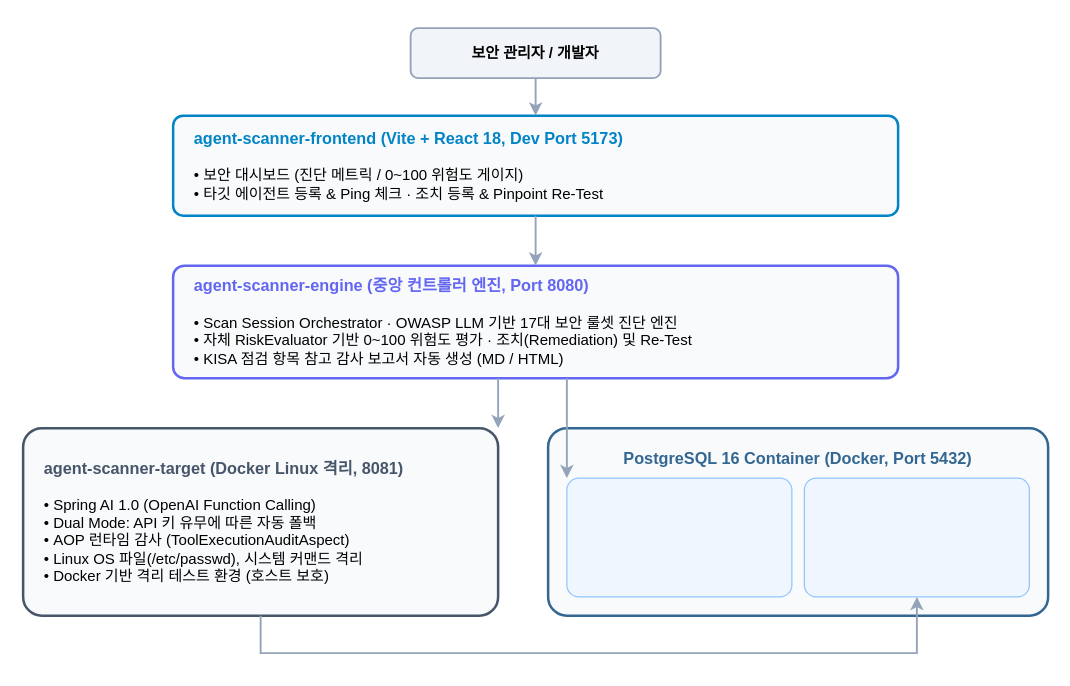
The draw.io diagram docs/images/system-topology.drawio in yht0827/agent-scanner, before the edit. Source tidied: cells renumbered, new cells numbered last; positions are measured from the earlier drawing's top-left corner, leaving out a move shared by most shapes. Both pictures are drawn from the tidied source at 125%, with x=0, y=0 at pixel (22, 28).
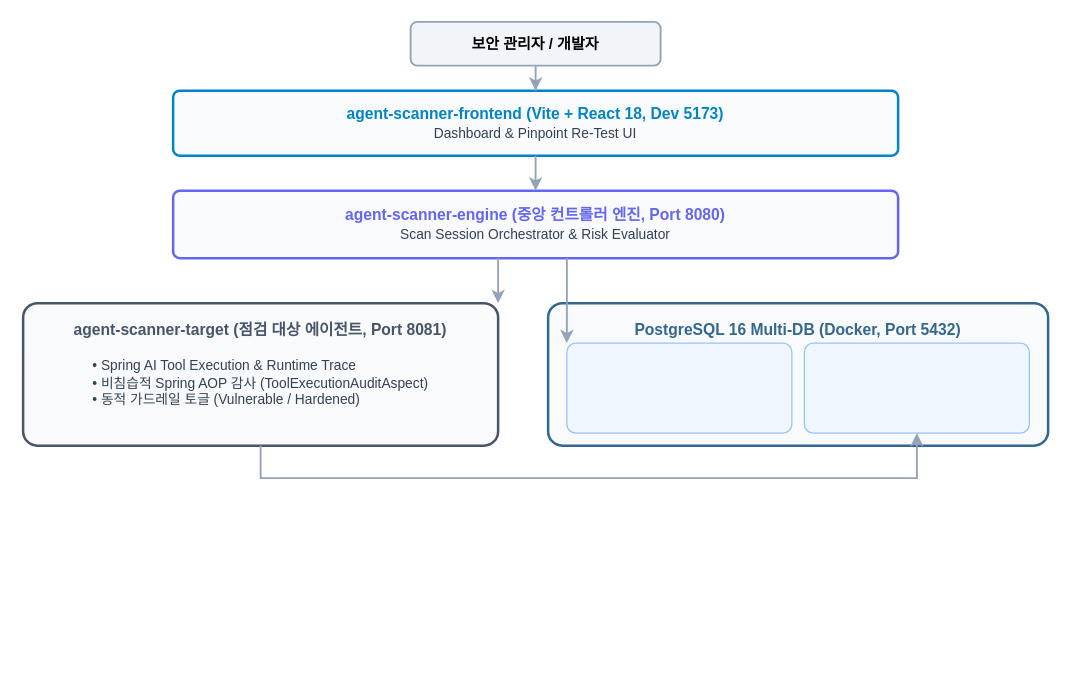
The same page after the edit.

Commit message (it also covers changes not shown here):
docs: 다이어그램 단순화 및 Overview/Architecture 설명 구조 리팩토링 (시각 인지 부하 감소 및 텍스트 분리)

The edit, as a diff of the source:
```diff
@@
 <mxGraphModel>
   <root>
     <mxCell id="0" />
     <mxCell id="1" parent="0" />
     <mxCell id="2" value="&lt;b&gt;보안 관리자 / 개발자&lt;/b&gt;" style="rounded=1;whiteSpace=wrap;html=1;fillColor=#F1F5F9;strokeColor=#94A3B8;strokeWidth=1.5;arcSize=15;" parent="1" vertex="1">
-      <mxGeometry x="310" width="200" height="40" as="geometry" />
+      <mxGeometry x="310" y="-5" width="200" height="35" as="geometry" />
     </mxCell>
-    <mxCell id="3" value="&lt;b style=&quot;font-size:13px; color:#0284C7;&quot;&gt;agent-scanner-frontend (Vite + React 18, Dev Port 5173)&lt;/b&gt;&lt;br&gt;&lt;br&gt;• 보안 대시보드 (진단 메트릭 / 0~100 위험도 게이지)&lt;br&gt;• 타깃 에이전트 등록 &amp; Ping 체크 · 조치 등록 &amp; Pinpoint Re-Test" style="rounded=1;whiteSpace=wrap;html=1;fillColor=#F8FAFC;strokeColor=#0284C7;strokeWidth=2;arcSize=10;align=left;spacingLeft=15;" parent="1" vertex="1">
-      <mxGeometry x="120" y="70" width="580" height="80" as="geometry" />
+    <mxCell id="3" value="&lt;b style=&quot;font-size:12.5px; color:#0284C7;&quot;&gt;agent-scanner-frontend (Vite + React 18, Dev 5173)&lt;/b&gt;&lt;br&gt;&lt;font style=&quot;font-size:11px; color:#334155;&quot;&gt;Dashboard &amp;amp; Pinpoint Re-Test UI&lt;/font&gt;" style="rounded=1;whiteSpace=wrap;html=1;fillColor=#F8FAFC;strokeColor=#0284C7;strokeWidth=2;arcSize=10;align=center;" parent="1" vertex="1">
+      <mxGeometry x="120" y="50" width="580" height="52" as="geometry" />
     </mxCell>
     <mxCell id="4" style="edgeStyle=orthogonalEdgeStyle;rounded=0;jettySize=auto;html=1;strokeWidth=1.5;strokeColor=#94A3B8;" parent="1" edge="1" source="2" target="3">
       <mxGeometry relative="1" as="geometry" />
     </mxCell>
-    <mxCell id="5" value="&lt;b style=&quot;font-size:13px; color:#6366F1;&quot;&gt;agent-scanner-engine (중앙 컨트롤러 엔진, Port 8080)&lt;/b&gt;&lt;br&gt;&lt;br&gt;• Scan Session Orchestrator · OWASP LLM 기반 17대 보안 룰셋 진단 엔진&lt;br&gt;• 자체 RiskEvaluator 기반 0~100 위험도 평가 · 조치(Remediation) 및 Re-Test&lt;br&gt;• KISA 점검 항목 참고 감사 보고서 자동 생성 (MD / HTML)" style="rounded=1;whiteSpace=wrap;html=1;fillColor=#F8FAFC;strokeColor=#6366F1;strokeWidth=2;arcSize=10;align=left;spacingLeft=15;" parent="1" vertex="1">
-      <mxGeometry x="120" y="190" width="580" height="90" as="geometry" />
+    <mxCell id="5" value="&lt;b style=&quot;font-size:12.5px; color:#6366F1;&quot;&gt;agent-scanner-engine (중앙 컨트롤러 엔진, Port 8080)&lt;/b&gt;&lt;br&gt;&lt;font style=&quot;font-size:11px; color:#334155;&quot;&gt;Scan Session Orchestrator &amp;amp; Risk Evaluator&lt;/font&gt;" style="rounded=1;whiteSpace=wrap;html=1;fillColor=#F8FAFC;strokeColor=#6366F1;strokeWidth=2;arcSize=10;align=center;" parent="1" vertex="1">
+      <mxGeometry x="120" y="130" width="580" height="54" as="geometry" />
     </mxCell>
-    <mxCell id="6" value="HTTP / REST API" style="edgeStyle=orthogonalEdgeStyle;rounded=0;jettySize=auto;html=1;strokeWidth=1.5;strokeColor=#94A3B8;fontColor=#64748B;fontSize=11px;" parent="1" edge="1" source="3" target="5">
+    <mxCell id="6" value="REST API" style="edgeStyle=orthogonalEdgeStyle;rounded=0;jettySize=auto;html=1;strokeWidth=1.5;strokeColor=#94A3B8;fontColor=#64748B;fontSize=11px;" parent="1" edge="1" source="3" target="5">
       <mxGeometry relative="1" as="geometry" />
     </mxCell>
-    <mxCell id="7" value="&lt;b style=&quot;font-size:13px; color:#475569;&quot;&gt;agent-scanner-target (Docker Linux 격리, 8081)&lt;/b&gt;&lt;br&gt;&lt;br&gt;• Spring AI 1.0 (OpenAI Function Calling)&lt;br&gt;• Dual Mode: API 키 유무에 따른 자동 폴백&lt;br&gt;• AOP 런타임 감사 (ToolExecutionAuditAspect)&lt;br&gt;• Linux OS 파일(/etc/passwd), 시스템 커맨드 격리&lt;br&gt;• Docker 기반 격리 테스트 환경 (호스트 보호)" style="rounded=1;whiteSpace=wrap;html=1;fillColor=#F8FAFC;strokeColor=#475569;strokeWidth=2;arcSize=10;align=left;spacingLeft=15;" parent="1" vertex="1">
-      <mxGeometry y="320" width="380" height="150" as="geometry" />
+    <mxCell id="7" value="&lt;b style=&quot;font-size:12.5px; color:#475569;&quot;&gt;agent-scanner-target (점검 대상 에이전트, Port 8081)&lt;/b&gt;&lt;br&gt;&lt;br&gt;&lt;div style=&quot;text-align:left; padding-left:15px; font-size:11px; color:#334155;&quot;&gt;• Spring AI Tool Execution &amp;amp; Runtime Trace&lt;br&gt;• 비침습적 Spring AOP 감사 (ToolExecutionAuditAspect)&lt;br&gt;• 동적 가드레일 토글 (Vulnerable / Hardened)&lt;/div&gt;" style="rounded=1;whiteSpace=wrap;html=1;fillColor=#F8FAFC;strokeColor=#475569;strokeWidth=2;arcSize=10;align=center;verticalAlign=top;spacingTop=8;" parent="1" vertex="1">
+      <mxGeometry y="220" width="380" height="114" as="geometry" />
     </mxCell>
-    <mxCell id="8" value="&lt;b style=&quot;font-size:13px; color:#336791;&quot;&gt;PostgreSQL 16 Container (Docker, Port 5432)&lt;/b&gt;" style="rounded=1;whiteSpace=wrap;html=1;fillColor=#F8FAFC;strokeColor=#336791;strokeWidth=2;arcSize=10;align=center;verticalAlign=top;spacingTop=10;" parent="1" vertex="1">
-      <mxGeometry x="420" y="320" width="400" height="150" as="geometry" />
+    <mxCell id="8" value="&lt;b style=&quot;font-size:12.5px; color:#336791;&quot;&gt;PostgreSQL 16 Multi-DB (Docker, Port 5432)&lt;/b&gt;" style="rounded=1;whiteSpace=wrap;html=1;fillColor=#F8FAFC;strokeColor=#336791;strokeWidth=2;arcSize=10;align=center;verticalAlign=top;spacingTop=8;" parent="1" vertex="1">
+      <mxGeometry x="420" y="220" width="400" height="114" as="geometry" />
     </mxCell>
-    <mxCell id="9" value="&lt;b style=&quot;color:#1E40AF;&quot;&gt;DB 1: scannerdb&lt;/b&gt;&lt;br&gt;&lt;br&gt;• 카탈로그/룰셋 시딩&lt;br&gt;• 스캔 세션 및 실행결과&lt;br&gt;• Finding &amp; 조치 이력&lt;br&gt;• 리포트 &amp; 타깃 관리" style="rounded=1;whiteSpace=wrap;html=1;fillColor=#EFF6FF;strokeColor=#93C5FD;arcSize=10;align=left;spacingLeft=10;fontSize=11px;" parent="1" vertex="1">
-      <mxGeometry x="435" y="360" width="180" height="95" as="geometry" />
+    <mxCell id="9" value="&lt;b style=&quot;color:#1E40AF;&quot;&gt;DB 1: scannerdb&lt;/b&gt;&lt;br&gt;&lt;br&gt;• 스캔 세션 &amp;amp; 룰셋 카탈로그&lt;br&gt;• 취약점 Finding &amp;amp; 조치 증적" style="rounded=1;whiteSpace=wrap;html=1;fillColor=#EFF6FF;strokeColor=#93C5FD;arcSize=10;align=left;spacingLeft=10;fontSize=11px;" parent="1" vertex="1">
+      <mxGeometry x="435" y="252" width="180" height="72" as="geometry" />
     </mxCell>
-    <mxCell id="10" value="&lt;b style=&quot;color:#1E40AF;&quot;&gt;DB 2: targetdb&lt;/b&gt;&lt;br&gt;&lt;br&gt;• 엔터프라이즈 고객 DB&lt;br&gt;• RAG 지식베이스&lt;br&gt;  (대외비 회의록, 급여)&lt;br&gt;• 실전 모의 침투 대상" style="rounded=1;whiteSpace=wrap;html=1;fillColor=#EFF6FF;strokeColor=#93C5FD;arcSize=10;align=left;spacingLeft=10;fontSize=11px;" parent="1" vertex="1">
-      <mxGeometry x="625" y="360" width="180" height="95" as="geometry" />
+    <mxCell id="10" value="&lt;b style=&quot;color:#1E40AF;&quot;&gt;DB 2: targetdb&lt;/b&gt;&lt;br&gt;&lt;br&gt;• 고객 PII / 관리자 DB&lt;br&gt;• RAG 대외비 지식베이스" style="rounded=1;whiteSpace=wrap;html=1;fillColor=#EFF6FF;strokeColor=#93C5FD;arcSize=10;align=left;spacingLeft=10;fontSize=11px;" parent="1" vertex="1">
+      <mxGeometry x="625" y="252" width="180" height="72" as="geometry" />
     </mxCell>
-    <mxCell id="11" value="원격 점검 HTTP (8081)" style="edgeStyle=orthogonalEdgeStyle;rounded=0;jettySize=auto;html=1;strokeWidth=1.5;strokeColor=#94A3B8;fontColor=#64748B;fontSize=11px;" parent="1" edge="1" source="5" target="7">
+    <mxCell id="11" value="HTTP 원격 점검 (8081)" style="edgeStyle=orthogonalEdgeStyle;rounded=0;jettySize=auto;html=1;strokeWidth=1.5;strokeColor=#94A3B8;fontColor=#64748B;fontSize=11px;" parent="1" edge="1" source="5" target="7">
       <mxGeometry relative="1" as="geometry">
         <Array as="points">
-          <mxPoint x="260" y="280" />
-          <mxPoint x="190" y="280" />
+          <mxPoint x="260" y="184" />
+          <mxPoint x="190" y="184" />
         </Array>
       </mxGeometry>
     </mxCell>
-    <mxCell id="12" value="JPA / JDBC (scannerdb)" style="edgeStyle=orthogonalEdgeStyle;rounded=0;jettySize=auto;html=1;strokeWidth=1.5;strokeColor=#94A3B8;fontColor=#64748B;fontSize=11px;" parent="1" edge="1" source="5" target="9">
+    <mxCell id="12" value="JDBC (scannerdb)" style="edgeStyle=orthogonalEdgeStyle;rounded=0;jettySize=auto;html=1;strokeWidth=1.5;strokeColor=#94A3B8;fontColor=#64748B;fontSize=11px;" parent="1" edge="1" source="5" target="9">
       <mxGeometry relative="1" as="geometry">
         <Array as="points">
-          <mxPoint x="560" y="280" />
-          <mxPoint x="525" y="280" />
+          <mxPoint x="560" y="184" />
+          <mxPoint x="525" y="184" />
         </Array>
       </mxGeometry>
     </mxCell>
-    <mxCell id="13" value="JDBC 실전 RDBMS &amp; RAG 지식베이스 쿼리 (targetdb)" style="edgeStyle=orthogonalEdgeStyle;rounded=0;jettySize=auto;html=1;strokeWidth=1.5;strokeColor=#94A3B8;fontColor=#64748B;fontSize=11px;" parent="1" edge="1" source="7" target="10">
+    <mxCell id="13" value="JDBC 타깃 RDBMS &amp;amp; RAG 쿼리 (targetdb)" style="edgeStyle=orthogonalEdgeStyle;rounded=0;jettySize=auto;html=1;strokeWidth=1.5;strokeColor=#94A3B8;fontColor=#64748B;fontSize=11px;" parent="1" edge="1" source="7" target="10">
       <mxGeometry relative="1" as="geometry">
         <Array as="points">
-          <mxPoint x="190" y="500" />
-          <mxPoint x="715" y="500" />
+          <mxPoint x="190" y="360" />
+          <mxPoint x="715" y="360" />
         </Array>
       </mxGeometry>
     </mxCell>
   </root>
 </mxGraphModel>
```
